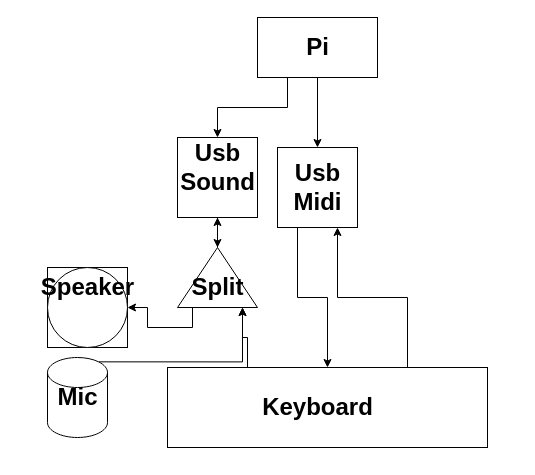
Earlier version of the draw.io diagram Untitled Diagram.drawio (beiop/e). Source tidied: cells renumbered, new cells numbered last; positions are measured from the earlier drawing's top-left corner, leaving out a move shared by most shapes. Both pictures are drawn from the tidied source at 100%, with x=0, y=0 at pixel (27, 17).
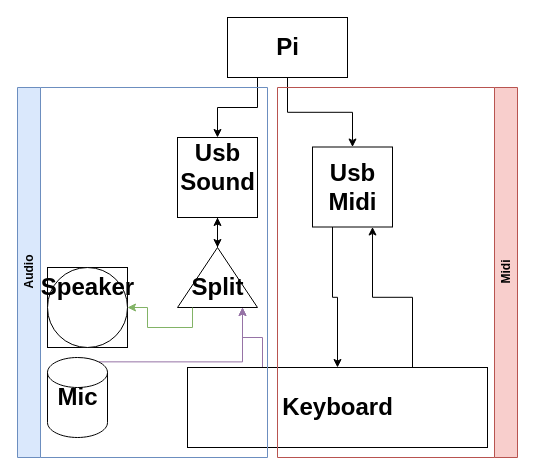
The same diagram, later.

Unchanged cells that the change refers to:
```xml
<mxCell id="16" style="whiteSpace=wrap;html=1;" parent="1" vertex="1">
  <mxGeometry x="20" y="250" width="80" height="80" as="geometry" />
</mxCell>
<mxCell id="21" value="Split" style="text;strokeColor=none;fillColor=none;html=1;fontSize=24;fontStyle=1;verticalAlign=middle;align=center;" parent="1" vertex="1">
  <mxGeometry x="140" y="250" width="100" height="40" as="geometry" />
</mxCell>
<mxCell id="24" style="shape=cylinder3;whiteSpace=wrap;html=1;boundedLbl=1;backgroundOutline=1;size=15;" parent="1" vertex="1">
  <mxGeometry x="20" y="340" width="60" height="80" as="geometry" />
</mxCell>
```

Diff of the diagram source:
```diff
@@
     <mxCell id="4" style="rounded=0;whiteSpace=wrap;html=1;" parent="1" vertex="1">
-      <mxGeometry x="230" width="120" height="60" as="geometry" />
+      <mxGeometry x="200" width="120" height="60" as="geometry" />
     </mxCell>
     <mxCell id="5" value="Pi" style="text;strokeColor=none;fillColor=none;html=1;fontSize=24;fontStyle=1;verticalAlign=middle;align=center;" parent="1" vertex="1">
-      <mxGeometry x="240" y="10" width="100" height="40" as="geometry" />
+      <mxGeometry x="210" y="10" width="100" height="40" as="geometry" />
     </mxCell>
@@
-    <mxCell id="7" style="edgeStyle=orthogonalEdgeStyle;rounded=0;jettySize=auto;html=1;exitX=0.25;exitY=0;exitDx=0;exitDy=0;entryX=0.75;entryY=1;entryDx=0;entryDy=0;" parent="1" edge="1" source="8" target="21">
+    <mxCell id="7" style="edgeStyle=orthogonalEdgeStyle;rounded=0;jettySize=auto;html=1;exitX=0.25;exitY=0;exitDx=0;exitDy=0;entryX=0.75;entryY=1;entryDx=0;entryDy=0;fillColor=#e1d5e7;strokeColor=#9673a6;" parent="1" edge="1" source="8" target="21">
       <mxGeometry relative="1" as="geometry" />
     </mxCell>
     <mxCell id="8" style="rounded=0;whiteSpace=wrap;html=1;" parent="1" vertex="1">
-      <mxGeometry x="140" y="350" width="320" height="80" as="geometry" />
+      <mxGeometry x="160" y="350" width="300" height="80" as="geometry" />
     </mxCell>
     <mxCell id="9" value="Keyboard" style="text;strokeColor=none;fillColor=none;html=1;fontSize=24;fontStyle=1;verticalAlign=middle;align=center;" parent="1" vertex="1">
-      <mxGeometry x="240" y="370" width="100" height="40" as="geometry" />
+      <mxGeometry x="260" y="370" width="100" height="40" as="geometry" />
     </mxCell>
@@
-    <mxCell id="11" style="whiteSpace=wrap;html=1;" parent="1" vertex="1">
-      <mxGeometry x="250" y="130" width="80" height="80" as="geometry" />
-    </mxCell>
-    <mxCell id="12" value="Usb&lt;br&gt;Midi" style="text;strokeColor=none;fillColor=none;html=1;fontSize=24;fontStyle=1;verticalAlign=middle;align=center;" parent="1" vertex="1">
-      <mxGeometry x="240" y="150" width="100" height="40" as="geometry" />
-    </mxCell>
@@
-    <mxCell id="20" style="edgeStyle=orthogonalEdgeStyle;rounded=0;jettySize=auto;html=1;exitX=0.25;exitY=1;exitDx=0;exitDy=0;entryX=1;entryY=0.5;entryDx=0;entryDy=0;" parent="1" edge="1" source="21" target="16">
+    <mxCell id="20" style="edgeStyle=orthogonalEdgeStyle;rounded=0;jettySize=auto;html=1;exitX=0.25;exitY=1;exitDx=0;exitDy=0;entryX=1;entryY=0.5;entryDx=0;entryDy=0;fillColor=#d5e8d4;strokeColor=#82b366;" parent="1" edge="1" source="21" target="16">
       <mxGeometry relative="1" as="geometry" />
     </mxCell>
@@
-    <mxCell id="23" style="edgeStyle=orthogonalEdgeStyle;rounded=0;jettySize=auto;html=1;exitX=0.855;exitY=0;exitDx=0;exitDy=4.35;exitPerimeter=0;entryX=0.75;entryY=1;entryDx=0;entryDy=0;" parent="1" edge="1" source="24" target="21">
+    <mxCell id="23" style="edgeStyle=orthogonalEdgeStyle;rounded=0;jettySize=auto;html=1;exitX=0.855;exitY=0;exitDx=0;exitDy=4.35;exitPerimeter=0;entryX=0.75;entryY=1;entryDx=0;entryDy=0;fillColor=#e1d5e7;strokeColor=#9673a6;" parent="1" edge="1" source="24" target="21">
       <mxGeometry relative="1" as="geometry" />
     </mxCell>
@@
+    <mxCell id="26" value="Audio" style="swimlane;horizontal=0;whiteSpace=wrap;html=1;fillColor=#dae8fc;strokeColor=#6c8ebf;" parent="1" vertex="1">
+      <mxGeometry x="-10" y="70" width="250" height="370" as="geometry" />
+    </mxCell>
+    <mxCell id="27" value="Midi" style="swimlane;horizontal=0;whiteSpace=wrap;html=1;direction=west;fillColor=#f8cecc;strokeColor=#b85450;" parent="1" vertex="1">
+      <mxGeometry x="250" y="70" width="240" height="370" as="geometry" />
+    </mxCell>
+    <mxCell id="11" style="whiteSpace=wrap;html=1;" parent="27" vertex="1">
+      <mxGeometry x="35" y="59.5" width="80" height="80" as="geometry" />
+    </mxCell>
+    <mxCell id="12" value="Usb&lt;br&gt;Midi" style="text;strokeColor=none;fillColor=none;html=1;fontSize=24;fontStyle=1;verticalAlign=middle;align=center;" parent="27" vertex="1">
+      <mxGeometry x="25" y="80" width="100" height="39" as="geometry" />
+    </mxCell>
```
